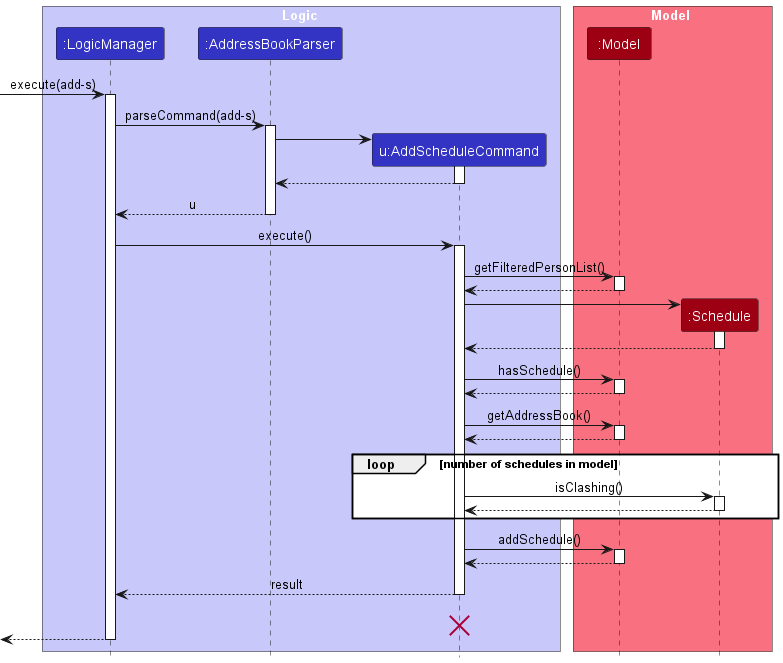
nus-cs2103-AY2324S1/tp keeps this PlantUML diagram as docs/images/AddScheduleSequenceDiagram.png. Above is the earlier version. Its diagram source:
```plantuml
@startuml
!include style.puml
skinparam ArrowFontStyle plain

box Logic LOGIC_COLOR_T1
participant ":LogicManager" as LogicManager LOGIC_COLOR
participant ":AddressBookParser" as AddressBookParser LOGIC_COLOR
participant "u:AddScheduleCommand" as AddScheduleCommand LOGIC_COLOR
end box

box Model MODEL_COLOR_T1
participant ":Model" as Model MODEL_COLOR
participant ":Schedule" as Schedule MODEL_COLOR
end box
[-> LogicManager : execute(add-s)
activate LogicManager

LogicManager -> AddressBookParser : parseCommand(add-s)
activate AddressBookParser

create AddScheduleCommand
AddressBookParser -> AddScheduleCommand
activate AddScheduleCommand

AddScheduleCommand --> AddressBookParser
deactivate AddScheduleCommand

AddressBookParser --> LogicManager : u
deactivate AddressBookParser

LogicManager -> AddScheduleCommand : execute()
activate AddScheduleCommand

AddScheduleCommand -> Model : getFilteredPersonList()
activate Model

Model --> AddScheduleCommand
deactivate Model

create Schedule

AddScheduleCommand -> Schedule
activate Schedule

Schedule --> AddScheduleCommand
deactivate Schedule

AddScheduleCommand -> Model : hasSchedule()
activate Model

Model --> AddScheduleCommand
deactivate Model

AddScheduleCommand -> Model : getAddressBook()
activate Model

Model --> AddScheduleCommand
deactivate Model

loop number of schedules in model
    AddScheduleCommand -> Schedule : isClashing()
    activate Schedule
    Schedule --> AddScheduleCommand
    deactivate Schedule
end

AddScheduleCommand -> Model : addSchedule()
activate Model

Model --> AddScheduleCommand
deactivate Model

AddScheduleCommand --> LogicManager : result
deactivate AddScheduleCommand
AddScheduleCommand -[hidden]-> LogicManager : result
destroy AddScheduleCommand

[<--LogicManager
deactivate LogicManager
@enduml
```
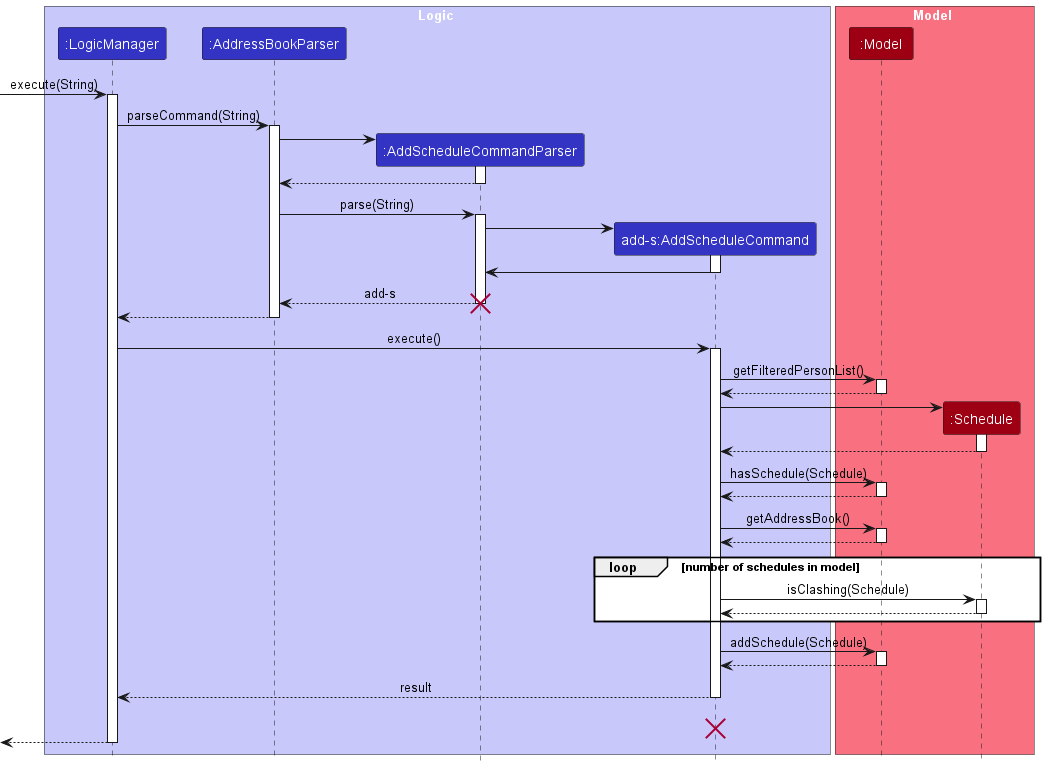
Above is the later version.

What changed in the source:
```diff
@@ -5,27 +5,44 @@
 box Logic LOGIC_COLOR_T1
 participant ":LogicManager" as LogicManager LOGIC_COLOR
 participant ":AddressBookParser" as AddressBookParser LOGIC_COLOR
-participant "u:AddScheduleCommand" as AddScheduleCommand LOGIC_COLOR
+participant ":AddScheduleCommandParser" as AddScheduleCommandParser LOGIC_COLOR
+participant "add-s:AddScheduleCommand" as AddScheduleCommand LOGIC_COLOR
+
 end box
 
 box Model MODEL_COLOR_T1
 participant ":Model" as Model MODEL_COLOR
 participant ":Schedule" as Schedule MODEL_COLOR
 end box
-[-> LogicManager : execute(add-s)
+[-> LogicManager : execute(String)
 activate LogicManager
 
-LogicManager -> AddressBookParser : parseCommand(add-s)
+LogicManager -> AddressBookParser : parseCommand(String)
 activate AddressBookParser
 
+create AddScheduleCommandParser
+AddressBookParser -> AddScheduleCommandParser
+activate AddScheduleCommandParser
+
+AddScheduleCommandParser --> AddressBookParser
+deactivate AddScheduleCommandParser
+
+
+AddressBookParser -> AddScheduleCommandParser : parse(String)
+activate AddScheduleCommandParser
+
 create AddScheduleCommand
-AddressBookParser -> AddScheduleCommand
+AddScheduleCommandParser -> AddScheduleCommand
 activate AddScheduleCommand
 
-AddScheduleCommand --> AddressBookParser
+AddScheduleCommand -> AddScheduleCommandParser
 deactivate AddScheduleCommand
 
-AddressBookParser --> LogicManager : u
+
+AddScheduleCommandParser --> AddressBookParser : add-s
+destroy AddScheduleCommandParser
+
+AddressBookParser --> LogicManager
 deactivate AddressBookParser
 
 LogicManager -> AddScheduleCommand : execute()
@@ -45,7 +62,7 @@
 Schedule --> AddScheduleCommand
 deactivate Schedule
 
-AddScheduleCommand -> Model : hasSchedule()
+AddScheduleCommand -> Model : hasSchedule(Schedule)
 activate Model
 
 Model --> AddScheduleCommand
@@ -58,13 +75,13 @@
 deactivate Model
 
 loop number of schedules in model
-    AddScheduleCommand -> Schedule : isClashing()
+    AddScheduleCommand -> Schedule : isClashing(Schedule)
     activate Schedule
     Schedule --> AddScheduleCommand
     deactivate Schedule
 end
 
-AddScheduleCommand -> Model : addSchedule()
+AddScheduleCommand -> Model : addSchedule(Schedule)
 activate Model
 
 Model --> AddScheduleCommand
```
